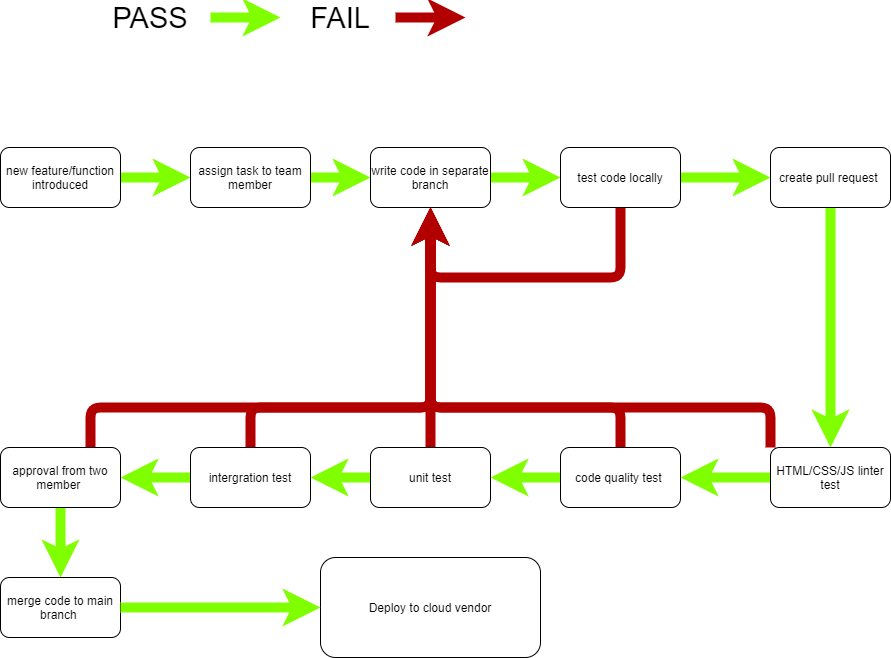
Big-Bytez/cse110-fa21-group19 keeps this draw.io diagram as admin/cipipeline/phase1.drawio.png. Above is the earlier version. Source tidied: cells renumbered, new cells last; positions are measured from the earlier drawing's top-left corner, leaving out a move shared by most shapes.
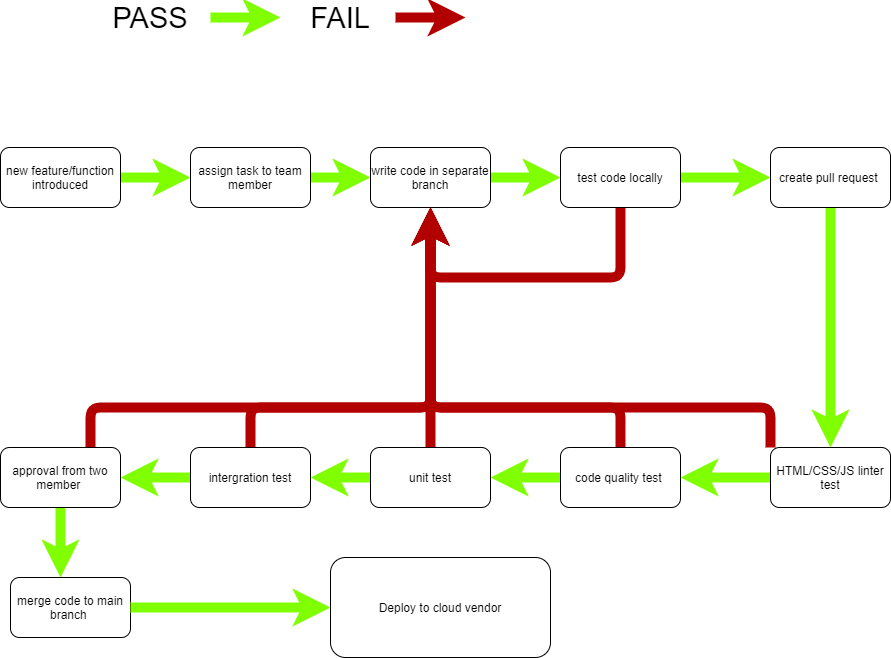
After the change.

The edit, as a diff of the source:
```diff
@@ -42,8 +42,10 @@
     <mxCell id="11" value="intergration test" style="rounded=1;whiteSpace=wrap;html=1;" parent="1" vertex="1">
       <mxGeometry x="190" y="440" width="120" height="60" as="geometry" />
     </mxCell>
-    <mxCell id="12" style="edgeStyle=none;html=1;strokeWidth=10;fillColor=#60a917;strokeColor=#80FF00;entryX=0.5;entryY=0;entryDx=0;entryDy=0;" parent="1" edge="1" source="14" target="15">
-      <mxGeometry relative="1" as="geometry" />
+    <mxCell id="12" style="edgeStyle=none;html=1;strokeWidth=10;fillColor=#60a917;strokeColor=#80FF00;entryX=0.5;entryY=0;entryDx=0;entryDy=0;" parent="1" edge="1" source="14">
+      <mxGeometry relative="1" as="geometry">
+        <mxPoint x="60" y="570" as="targetPoint" />
+      </mxGeometry>
     </mxCell>
     <mxCell id="13" style="edgeStyle=none;html=1;exitX=0.75;exitY=0;exitDx=0;exitDy=0;strokeWidth=10;fillColor=#e51400;strokeColor=#B20000;" parent="1" edge="1" source="14">
       <mxGeometry relative="1" as="geometry">
@@ -58,7 +60,7 @@
       <mxGeometry y="440" width="120" height="60" as="geometry" />
     </mxCell>
     <mxCell id="15" value="merge code to main branch&amp;nbsp;" style="whiteSpace=wrap;html=1;rounded=1;" parent="1" vertex="1">
-      <mxGeometry y="570" width="120" height="60" as="geometry" />
+      <mxGeometry x="10" y="570" width="120" height="60" as="geometry" />
     </mxCell>
     <mxCell id="16" style="edgeStyle=none;html=1;strokeWidth=10;fillColor=#60a917;strokeColor=#80FF00;" parent="1" edge="1" source="17" target="19">
       <mxGeometry relative="1" as="geometry" />
@@ -117,7 +119,7 @@
       <mxGeometry x="770" y="440" width="120" height="60" as="geometry" />
     </mxCell>
     <mxCell id="29" value="Deploy to cloud vendor" style="whiteSpace=wrap;html=1;rounded=1;" parent="1" vertex="1">
-      <mxGeometry x="320" y="550" width="220" height="100" as="geometry" />
+      <mxGeometry x="330" y="550" width="220" height="100" as="geometry" />
     </mxCell>
     <mxCell id="30" style="endArrow=classic;html=1;strokeWidth=10;fillColor=#60a917;strokeColor=#80FF00;" parent="1" edge="1">
       <mxGeometry relative="1" as="geometry">
```
